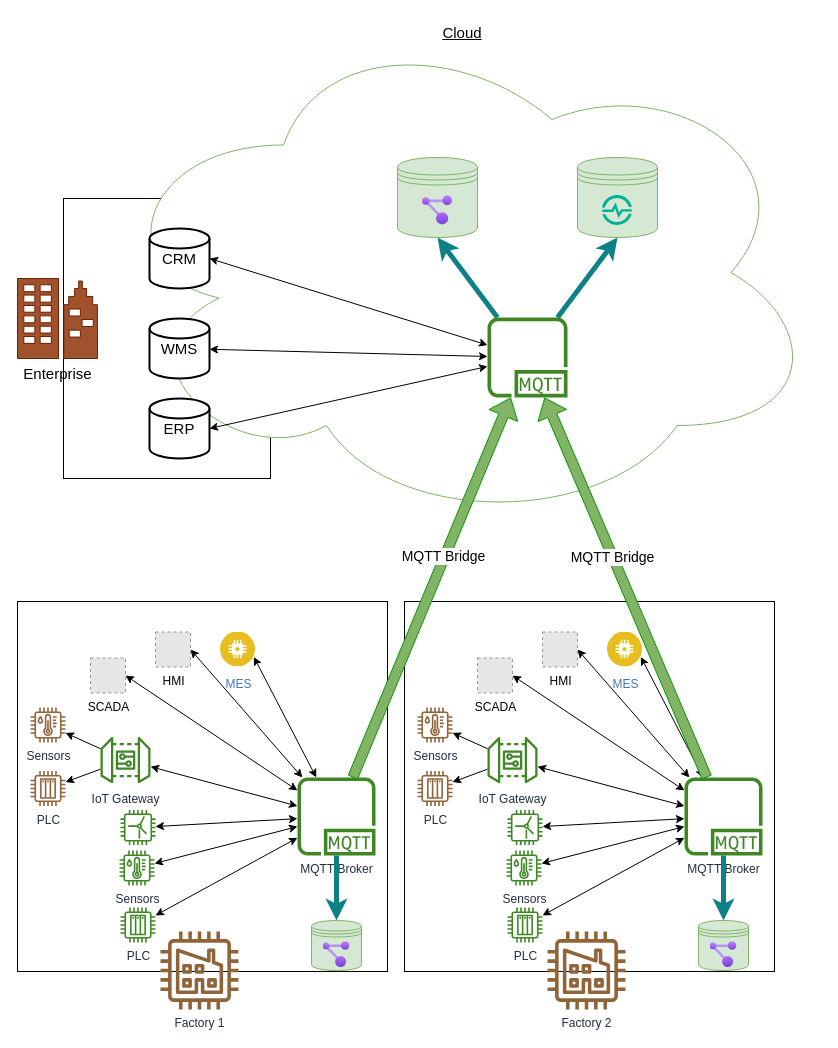
This is images/UNS-Architecture.drawio from mkashwin/unifiednamespace, a draw.io file, before an edit. Source tidied: cells renumbered, new cells numbered last; positions are measured from the earlier drawing's top-left corner, leaving out a move shared by most shapes. Both pictures are drawn from the tidied source at 100%, with x=0, y=0 at pixel (17, 17). Pictures stored in the file or linked from it are replaced by grey dashed boxes.
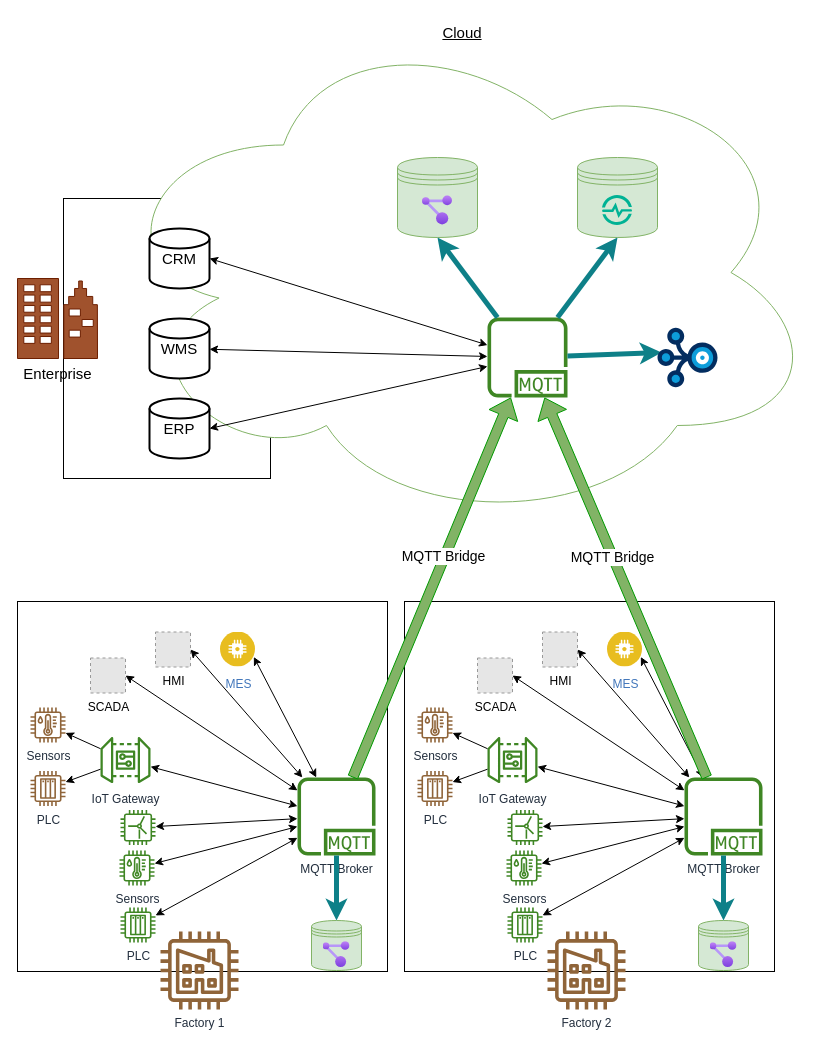
The same page after the edit.

Unchanged cells that the change refers to:
```xml
<mxCell id="58" style="sketch=0;outlineConnect=0;fontColor=#232F3E;gradientColor=none;fillColor=#3F8624;strokeColor=none;dashed=0;verticalLabelPosition=bottom;verticalAlign=top;align=center;html=1;fontSize=12;fontStyle=0;shape=mxgraph.aws4.mqtt_protocol;" parent="1" vertex="1">
  <mxGeometry x="470" y="300" width="80" height="80" as="geometry" />
</mxCell>
```

Change to the diagram source:
```diff
@@
+    <mxCell id="75" style="endArrow=classic;html=1;rounded=0;entryX=0.067;entryY=0.416;entryDx=0;entryDy=0;strokeWidth=5;fillColor=#b0e3e6;strokeColor=#0e8088;entryPerimeter=0;" parent="1" edge="1" source="58" target="76">
+      <mxGeometry relative="1" as="geometry" />
+    </mxCell>
+    <mxCell id="76" style="verticalLabelPosition=bottom;html=1;shape=mxgraph.salesforce.stream;" parent="1" vertex="1">
+      <mxGeometry x="640" y="310" width="60" height="60" as="geometry" />
+    </mxCell>
```
